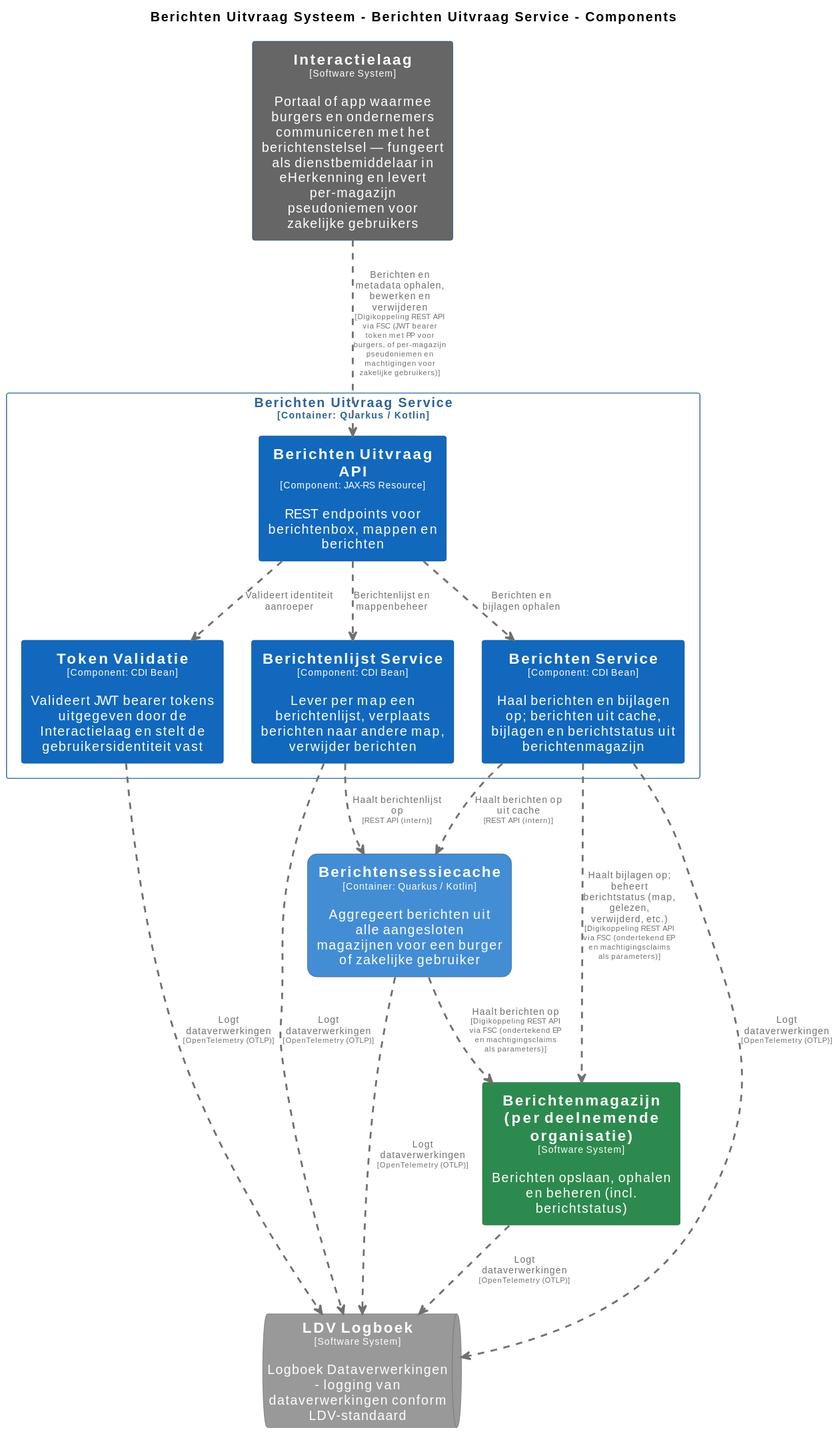
The PlantUML diagram pr-preview/pr-22/master/svg/BerichtenUitvraagServiceComponenten.svg in MinBZK/moza-poc-fbs-berichtenbox, before a commit. Its source is kept beside it as pr-preview/pr-22/master/puml/BerichtenUitvraagServiceComponenten.puml.
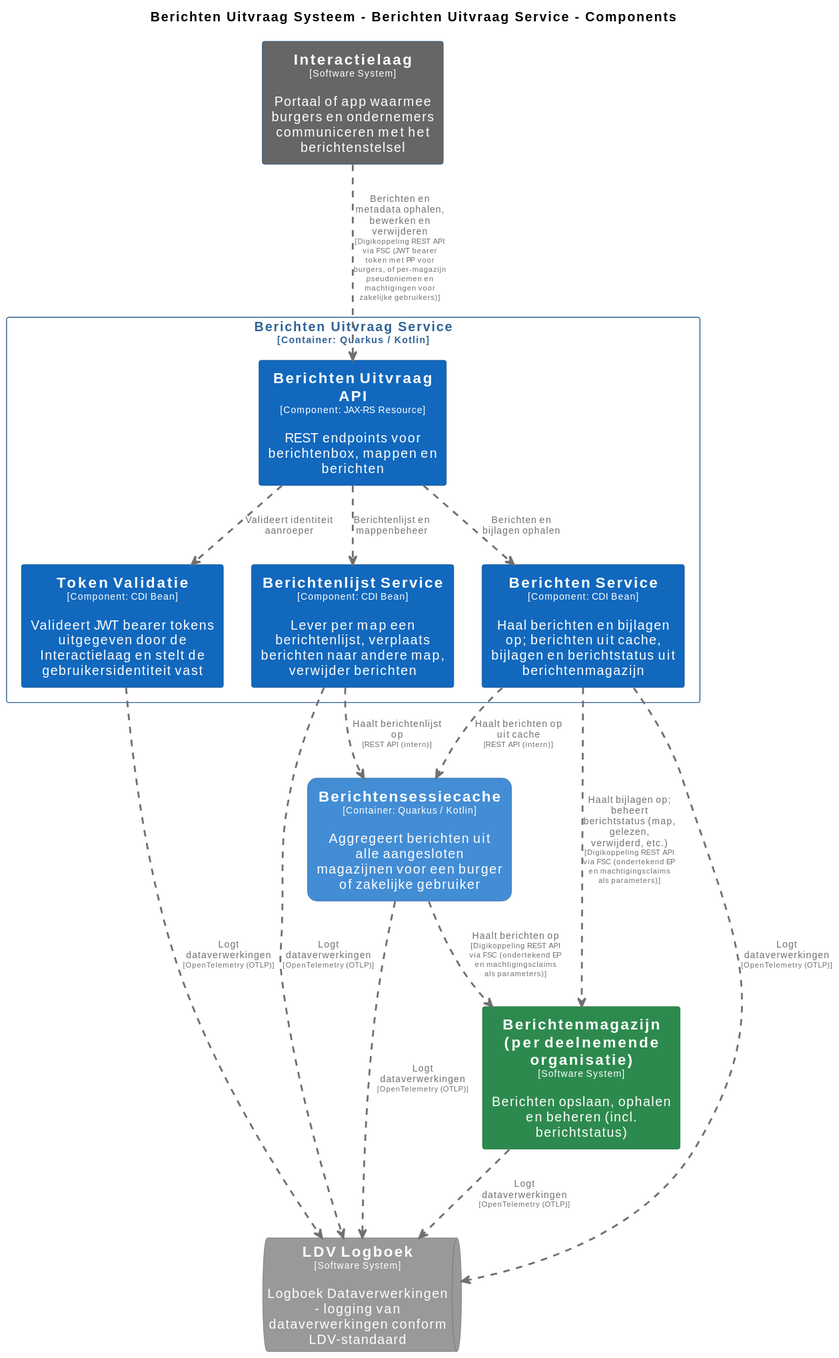
The same file after the commit.

What changed in the source:
```diff
@@ -70,7 +70,7 @@
   shadowing false
 }
 
-rectangle "==Interactielaag\n<size:10>[Software System]</size>\n\nPortaal of app waarmee burgers en ondernemers communiceren met het berichtenstelsel — fungeert als dienstbemiddelaar in eHerkenning en levert per-magazijn pseudoniemen voor zakelijke gebruikers" <<Interactielaag>> as Interactielaag
+rectangle "==Interactielaag\n<size:10>[Software System]</size>\n\nPortaal of app waarmee burgers en ondernemers communiceren met het berichtenstelsel" <<Interactielaag>> as Interactielaag
 rectangle "==Berichtenmagazijn (per deelnemende organisatie)\n<size:10>[Software System]</size>\n\nBerichten opslaan, ophalen en beheren (incl. berichtstatus)" <<Berichtenmagazijnperdeelnemendeorganisatie>> as Berichtenmagazijnperdeelnemendeorganisatie
 rectangle "==Berichtensessiecache\n<size:10>[Container: Quarkus / Kotlin]</size>\n\nAggregeert berichten uit alle aangesloten magazijnen voor een burger of zakelijke gebruiker" <<BerichtenUitvraagSysteem.Berichtensessiecache>> as BerichtenUitvraagSysteem.Berichtensessiecache
 queue "==LDV Logboek\n<size:10>[Software System]</size>\n\nLogboek Dataverwerkingen - logging van dataverwerkingen conform LDV-standaard" <<LDVLogboek>> as LDVLogboek
```
